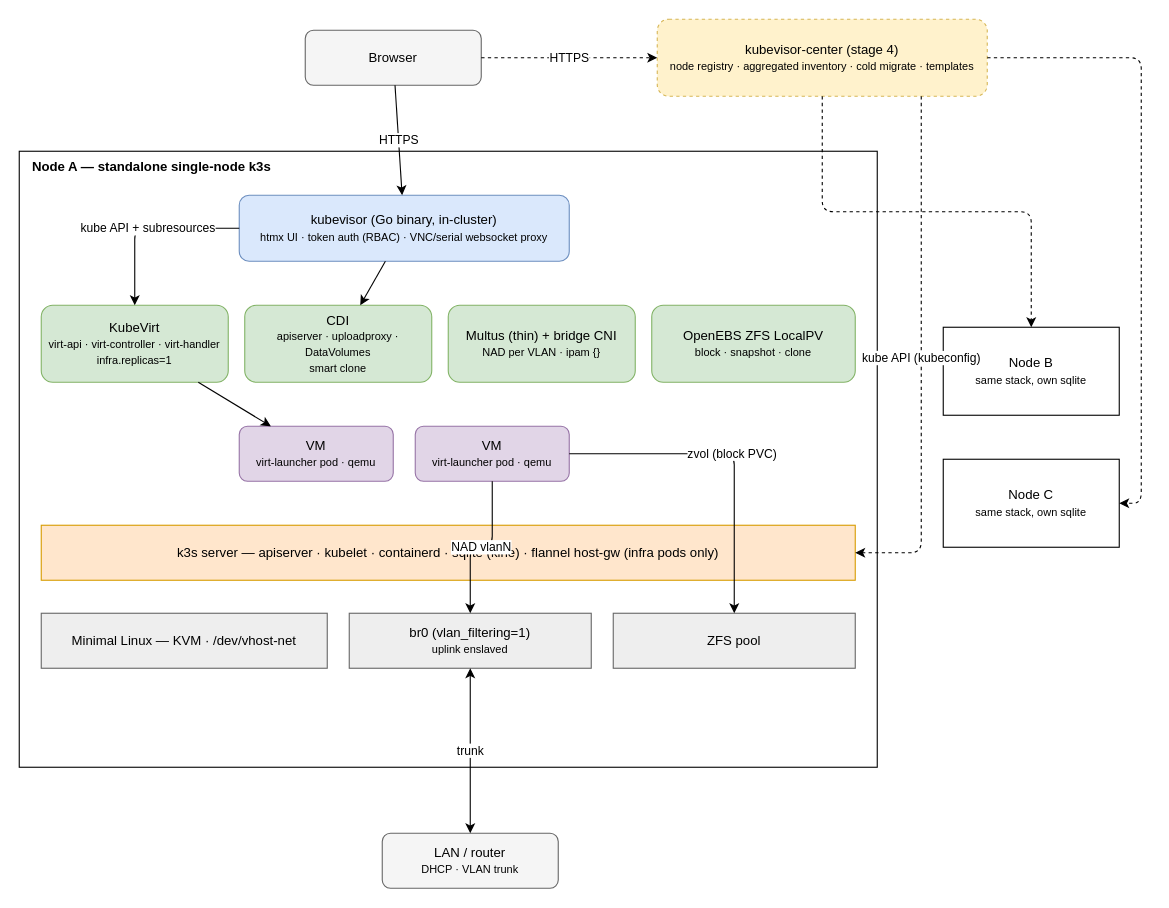
Above: docs/architecture.drawio in sindef/argus (draw.io), before the change. Source tidied: cells renumbered, new cells numbered last; positions are measured from the earlier drawing's top-left corner, leaving out a move shared by most shapes. Both pictures are drawn from the tidied source at 110%, with x=0, y=0 at pixel (19, 19).
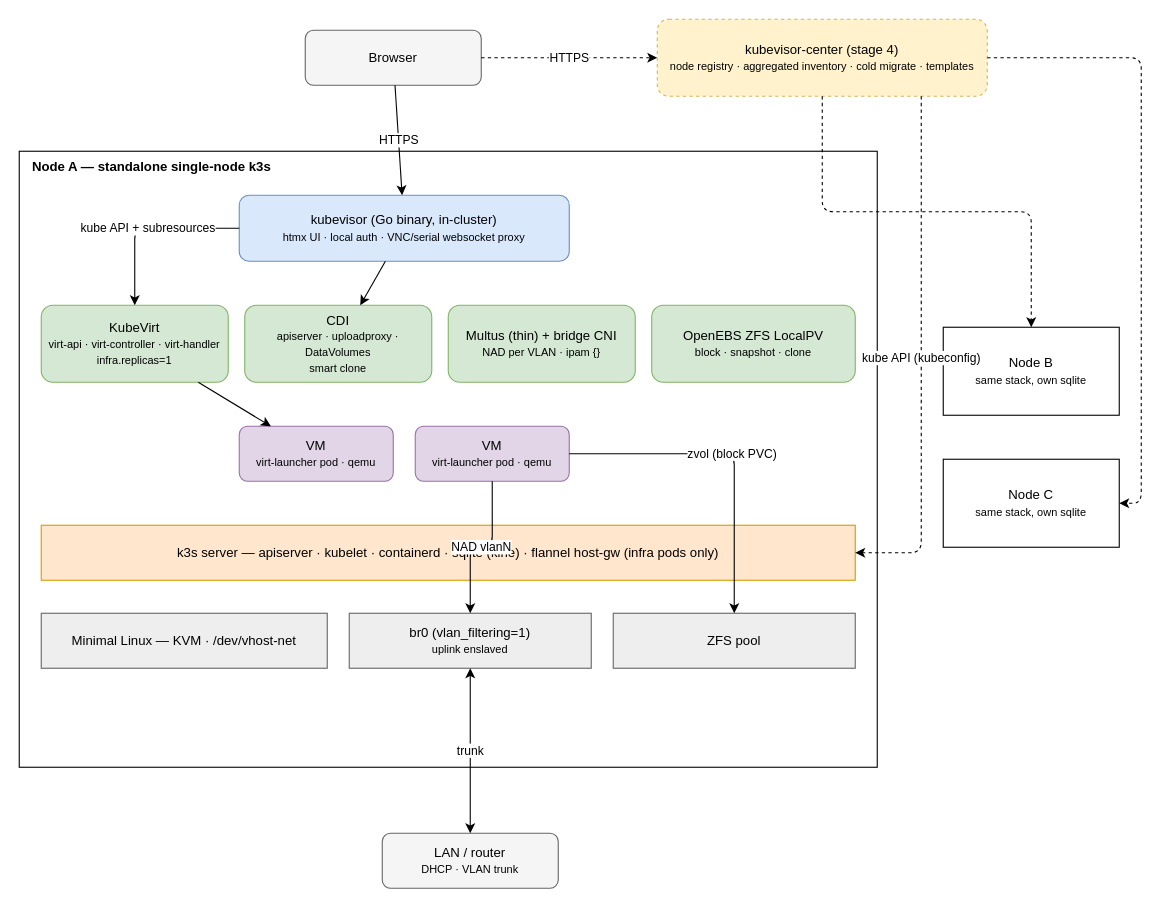
The same page after the edit.

Commit message (it also covers changes not shown here):
docs: local auth instead of kube token login

Change to the diagram source:
```diff
@@
-    <mxCell id="5" value="kubevisor (Go binary, in-cluster)&lt;br&gt;&lt;font style=&quot;font-size:10px&quot;&gt;htmx UI · token auth (RBAC) · VNC/serial websocket proxy&lt;/font&gt;" style="rounded=1;whiteSpace=wrap;html=1;fillColor=#dae8fc;strokeColor=#6c8ebf;" parent="1" vertex="1">
+    <mxCell id="5" value="kubevisor (Go binary, in-cluster)&lt;br&gt;&lt;font style=&quot;font-size:10px&quot;&gt;htmx UI · local auth · VNC/serial websocket proxy&lt;/font&gt;" style="rounded=1;whiteSpace=wrap;html=1;fillColor=#dae8fc;strokeColor=#6c8ebf;" parent="1" vertex="1">
       <mxGeometry x="200" y="160" width="300" height="60" as="geometry" />
     </mxCell>
```
